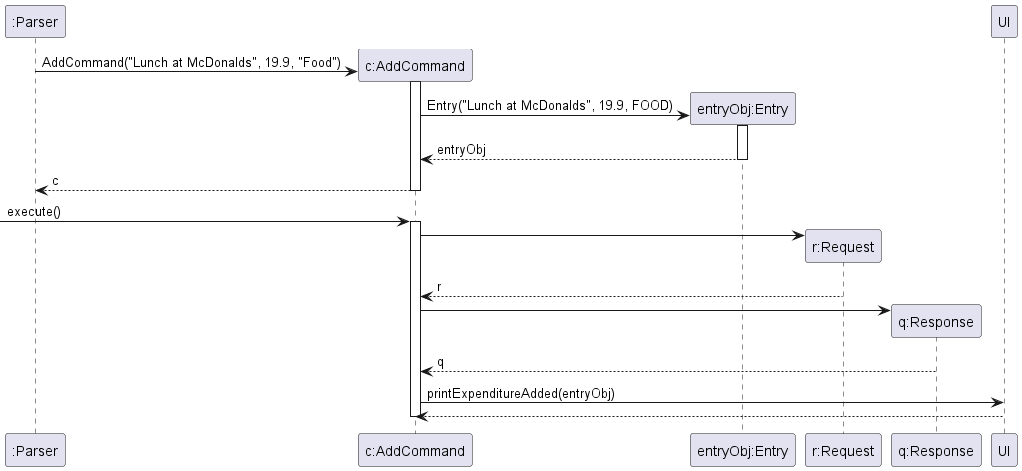
nus-cs2113-AY2223S2/tp keeps this PlantUML diagram as docs/static/AddCommandSequenceDiagram.png. Above is the earlier version.
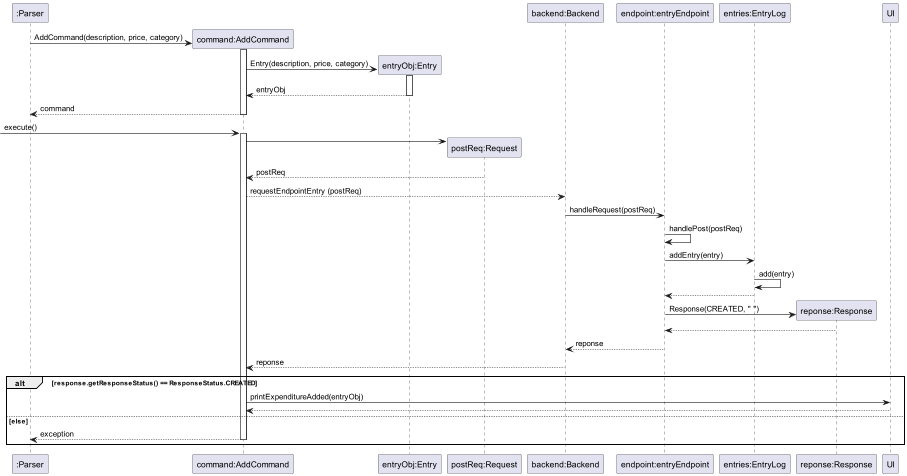
After the change.

Commit message:
Update sequence diagram

Diff of the diagram source:
```diff
@@ -1,28 +1,43 @@
 @startuml
 
 participant ":Parser" as Parser
-participant "c:AddCommand" as AddCommand
+participant "command:AddCommand" as AddCommand
 participant "entryObj:Entry" as Entry
-participant "r:Request" as Request
-participant "q:Response" as Response
+participant "postReq:Request" as Request
+participant "backend:Backend" as Backend
+participant "endpoint:entryEndpoint" as Endpoint
+participant "entries:EntryLog" as EntryLog
+participant "reponse:Response" as Response
 participant "UI" as UI
 
-Parser -> AddCommand ** : AddCommand("Lunch at McDonalds", 19.9, "Food")
+Parser -> AddCommand ** : AddCommand(description, price, category)
 activate AddCommand
-AddCommand -> Entry ** :Entry("Lunch at McDonalds", 19.9, FOOD)
+AddCommand -> Entry ** :Entry(description, price, category)
 activate Entry
 return entryObj
-return c
+return command
 
 -> AddCommand :execute()
 activate AddCommand
 AddCommand -> Request **
-Request --> AddCommand : r
-AddCommand -> Response **
-Response --> AddCommand : q
-AddCommand -> UI : printExpenditureAdded(entryObj)
-UI --> AddCommand
-deactivate AddCommand
+Request --> AddCommand : postReq
+AddCommand --> Backend : requestEndpointEntry (postReq)
+Backend -> Endpoint : handleRequest(postReq)
+Endpoint -> Endpoint : handlePost(postReq)
+Endpoint -> EntryLog : addEntry(entry)
+EntryLog -> EntryLog : add(entry)
+EntryLog --> Endpoint
+Endpoint -> Response ** : Response(CREATED, " ")
+Response --> Endpoint
+Endpoint --> Backend : reponse
+Backend --> AddCommand : reponse
+alt response.getResponseStatus() == ResponseStatus.CREATED
+    AddCommand -> UI : printExpenditureAdded(entryObj)
+    UI --> AddCommand
+else else
+    AddCommand --> Parser : exception
+        deactivate AddCommand
+end
 
 
 
```
